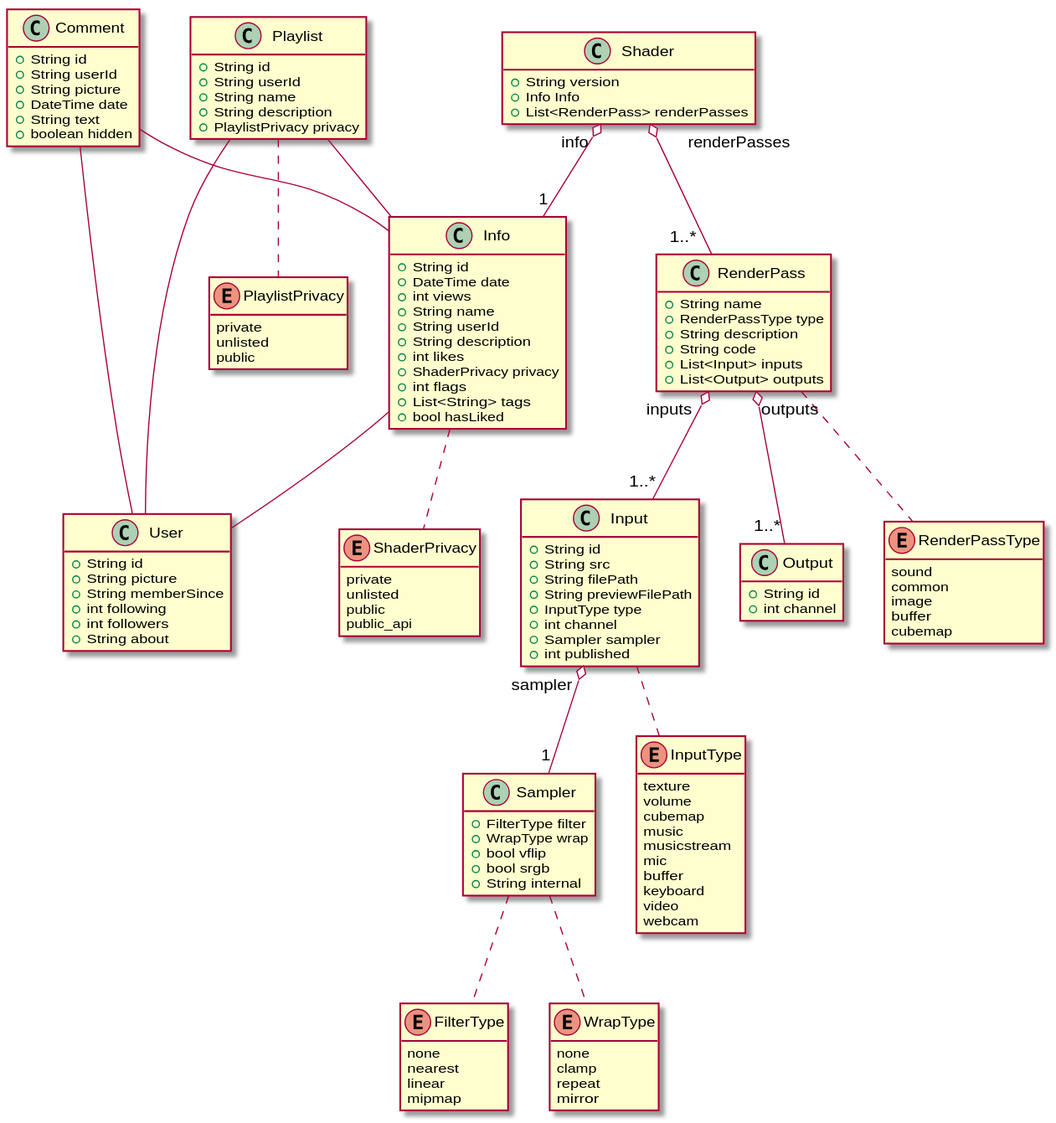
Above: model.svg in ivoleitao/shadertoy_api (PlantUML), before the change.
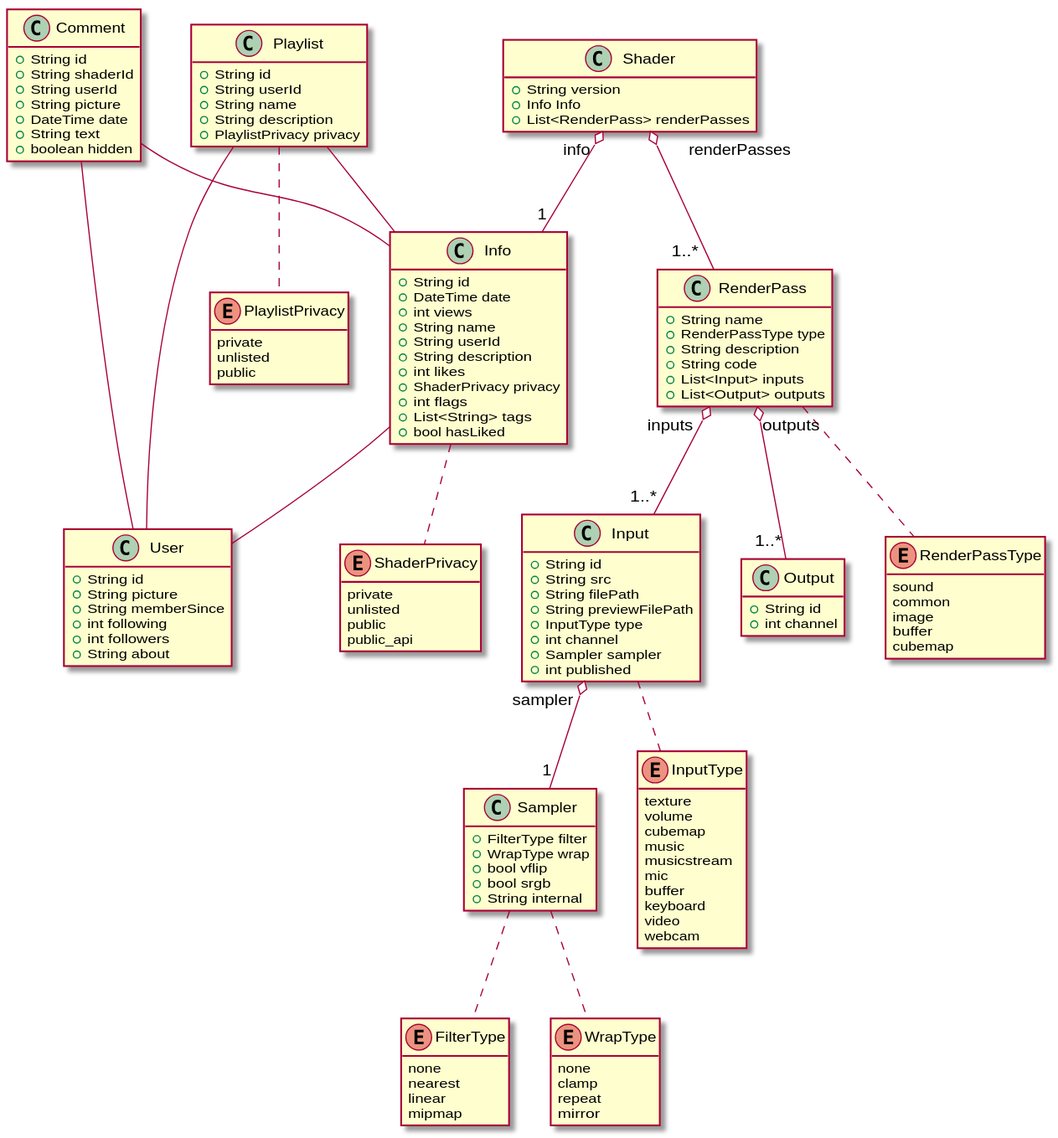
The same diagram one commit later.

Commit message:
Generate SVG and PNG images for PlantUML diagrams

The edit, as a diff of the source:
```diff
@@ -13,6 +13,7 @@
 
 class Comment {
     +String id
+    +String shaderId
     +String userId
     +String picture
     +DateTime date
```
